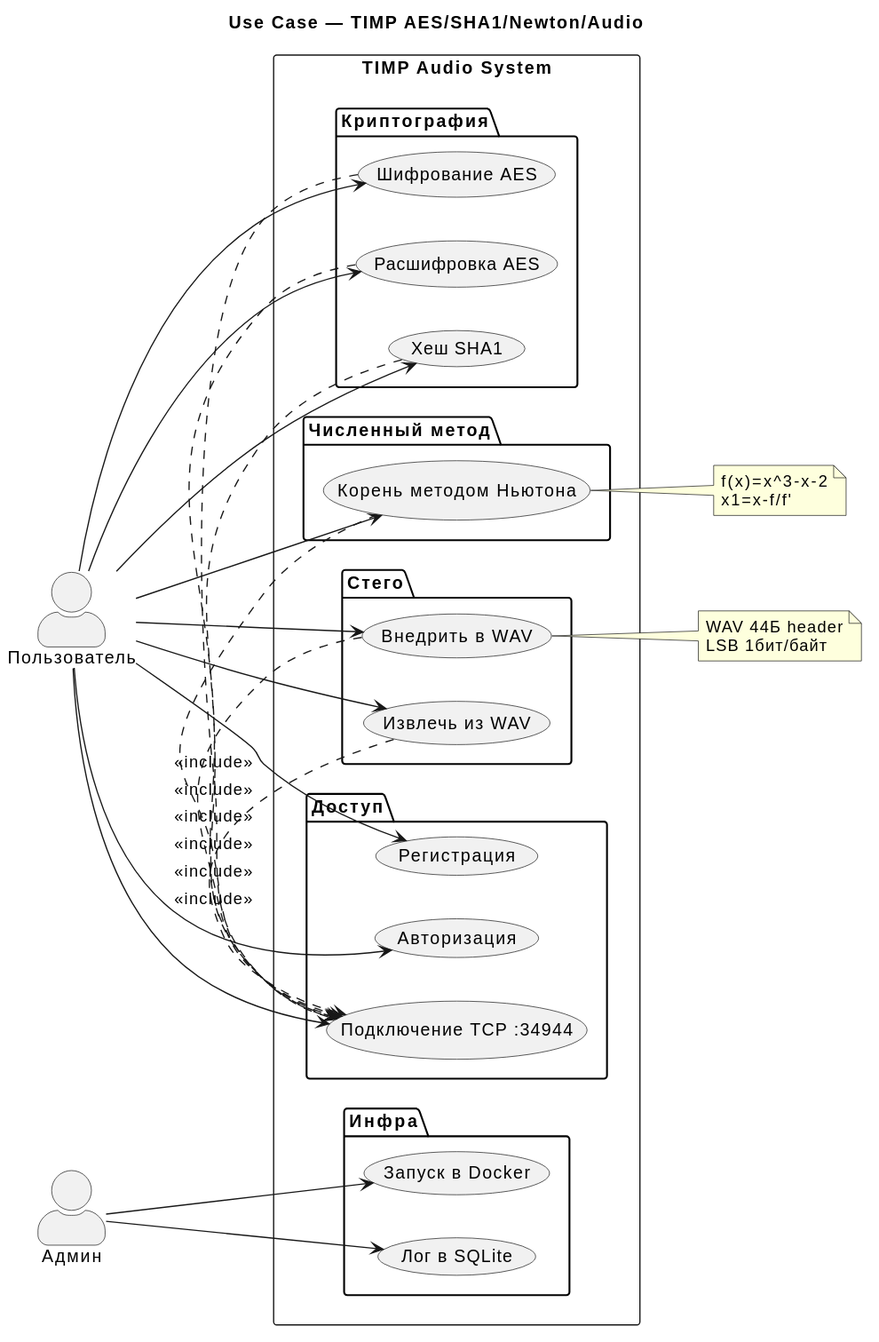
Before: Docs/diagrams/usecase.svg, a diagram exported from PlantUML (mongol110/TIMP_2026).
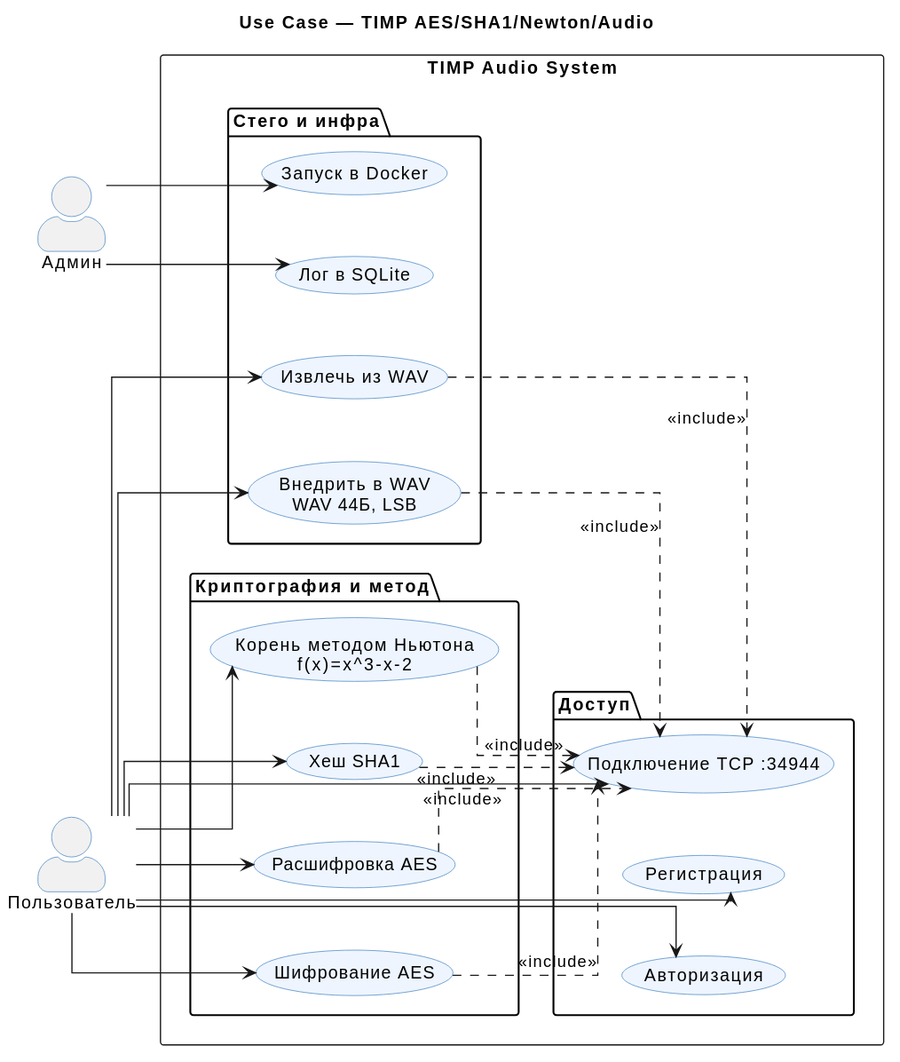
After the commit.

Commit message:
fix(docs): untangle usecase includes, inline notes

What changed in the source:
```diff
@@ -1,32 +1,42 @@
 @startuml
 skinparam actorStyle awesome
+skinparam usecaseBackgroundColor #EEF5FF
+skinparam usecaseBorderColor #3D7EBF
+skinparam actorBorderColor #3D7EBF
+skinparam linetype ortho
+skinparam nodesep 50
+skinparam ranksep 60
+
 title Use Case — TIMP AES/SHA1/Newton/Audio
+
 left to right direction
+
 actor "Пользователь" as User
 actor "Админ" as Admin
+
 rectangle "TIMP Audio System" {
-  package "Доступ" {
-    usecase "Регистрация" as UC_REG
-    usecase "Авторизация" as UC_AUTH
-    usecase "Подключение TCP :34944" as UC_CONN
-  }
-  package "Криптография" {
+
+  package "Криптография и метод" {
     usecase "Шифрование AES" as UC_AE
     usecase "Расшифровка AES" as UC_AD
     usecase "Хеш SHA1" as UC_SHA
+    usecase "Корень методом Ньютона\nf(x)=x^3-x-2" as UC_NEW
   }
-  package "Численный метод" {
-    usecase "Корень методом Ньютона" as UC_NEW
+
+  package "Доступ" {
+    usecase "Подключение TCP :34944" as UC_CONN
+    usecase "Регистрация" as UC_REG
+    usecase "Авторизация" as UC_AUTH
   }
-  package "Стего" {
-    usecase "Внедрить в WAV" as UC_EMB
+
+  package "Стего и инфра" {
+    usecase "Внедрить в WAV\nWAV 44Б, LSB" as UC_EMB
     usecase "Извлечь из WAV" as UC_EXT
-  }
-  package "Инфра" {
     usecase "Лог в SQLite" as UC_LOG
     usecase "Запуск в Docker" as UC_DOC
   }
 }
+
 User --> UC_CONN
 User --> UC_REG
 User --> UC_AUTH
@@ -38,18 +48,11 @@
 User --> UC_EXT
 Admin --> UC_DOC
 Admin --> UC_LOG
-UC_AE .> UC_CONN : <<include>>
-UC_AD .> UC_CONN : <<include>>
-UC_SHA .> UC_CONN : <<include>>
-UC_NEW .> UC_CONN : <<include>>
-UC_EMB .> UC_CONN : <<include>>
-UC_EXT .> UC_CONN : <<include>>
-note right of UC_NEW
-  f(x)=x^3-x-2
-  x1=x-f/f'
-end note
-note right of UC_EMB
-  WAV 44Б header
-  LSB 1бит/байт
-end note
+
+UC_AE ..> UC_CONN : <<include>>
+UC_AD ..> UC_CONN : <<include>>
+UC_SHA ..> UC_CONN : <<include>>
+UC_NEW ..> UC_CONN : <<include>>
+UC_EMB ..> UC_CONN : <<include>>
+UC_EXT ..> UC_CONN : <<include>>
 @enduml
```
